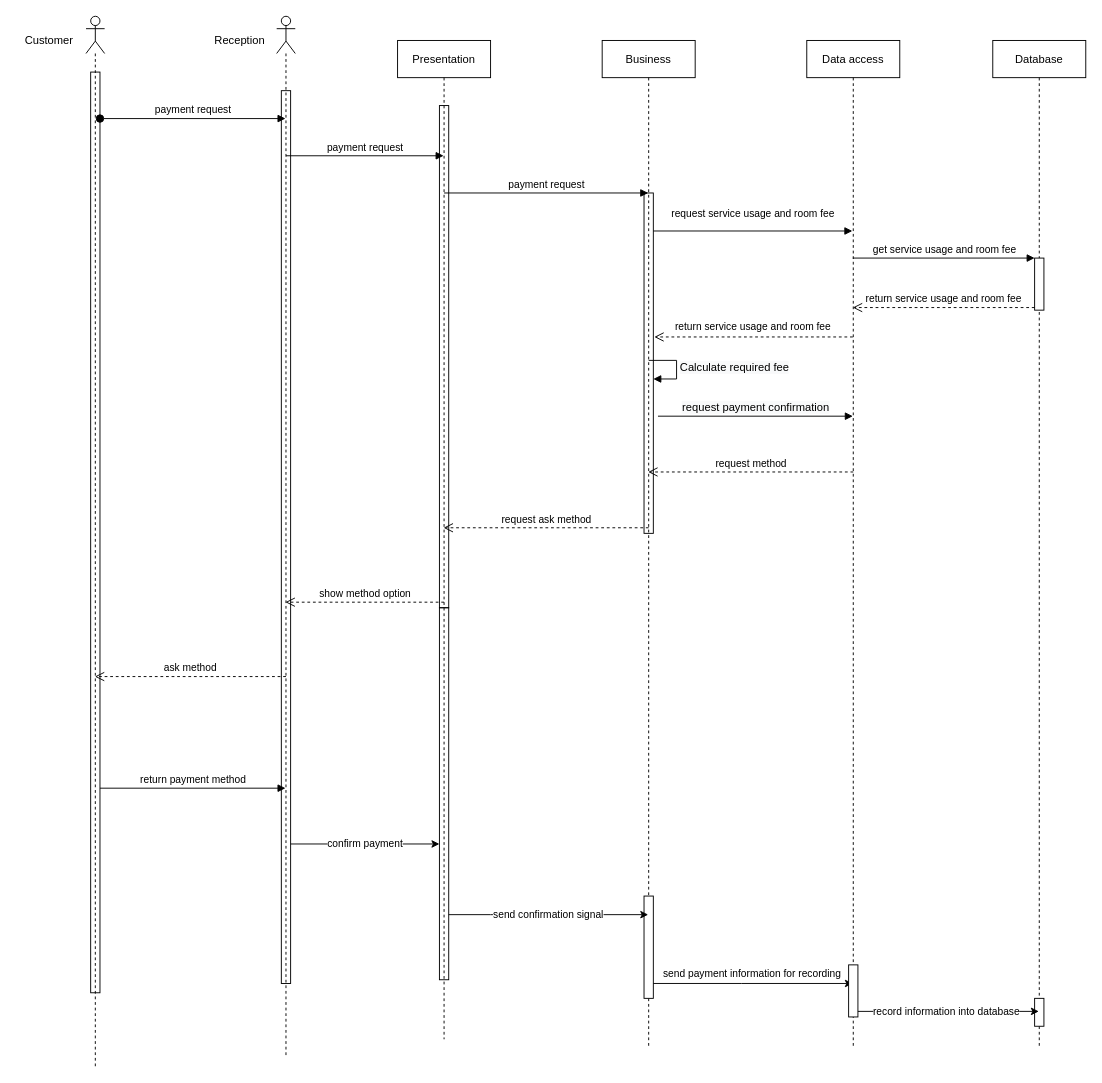
Earlier version of the draw.io diagram page "Payment" (4 of 4) of Diagram/Sequence Diagram.drawio (jonathanha52/SE104.L23.PMCL). Source tidied: cells renumbered, new cells numbered last; positions are measured from the earlier drawing's top-left corner, leaving out a move shared by most shapes. Both pictures are drawn from the tidied source at 93%, with x=0, y=0 at pixel (16, 16).
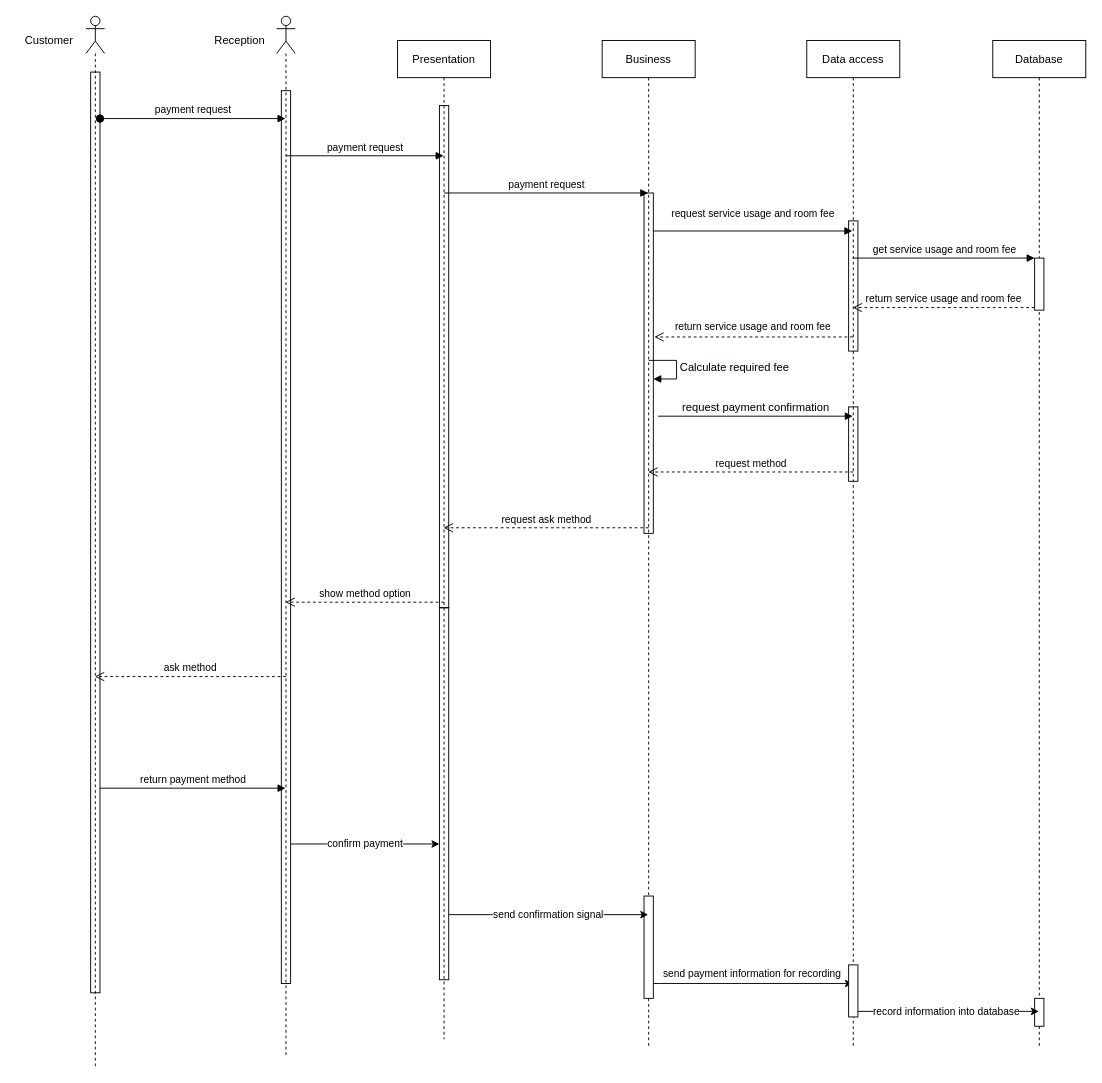
After the change.

Diff of the diagram source:
```diff
@@
+    <mxCell id="37" style="html=1;perimeter=orthogonalPerimeter;fillColor=none;" parent="1" vertex="1">
+      <mxGeometry x="895" y="220" width="10" height="140" as="geometry" />
+    </mxCell>
+    <mxCell id="38" style="html=1;perimeter=orthogonalPerimeter;fillColor=none;" parent="1" vertex="1">
+      <mxGeometry x="895" y="420" width="10" height="80" as="geometry" />
+    </mxCell>
```
